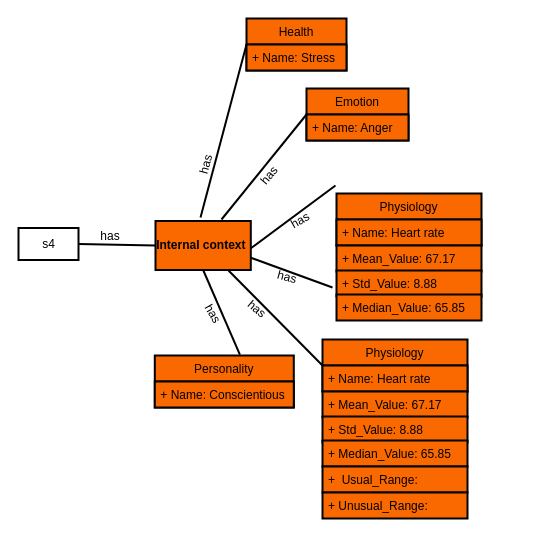
oluwande/zmPDSwR keeps this draw.io diagram as um_article.drawio. Above is the earlier version. Source tidied: cells renumbered, new cells numbered last; positions are measured from the earlier drawing's top-left corner, leaving out a move shared by most shapes. Both pictures are drawn from the tidied source at 100%, with x=0, y=0 at pixel (18, 18).
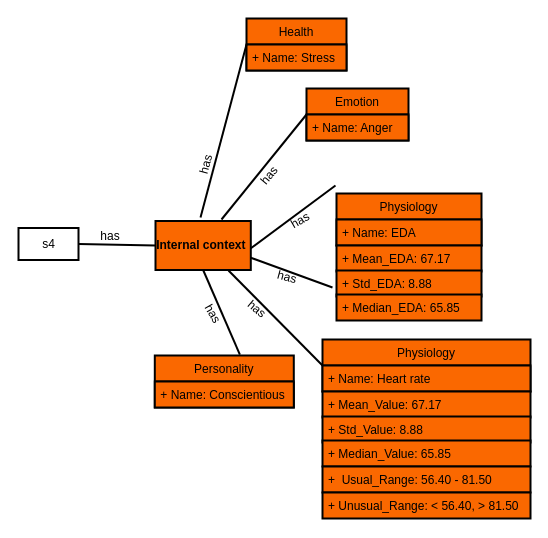
The same diagram, later.

The change refers to these unchanged cells:
```xml
<mxCell id="29" value="Physiology" style="swimlane;fontStyle=0;align=center;verticalAlign=top;horizontal=1;startSize=26;fillColor=#fa6800;strokeColor=#000000;strokeWidth=2;fontColor=#000000;fontSize=12;" parent="1" vertex="1">
  <mxGeometry x="318" y="175" width="145" height="52" as="geometry" />
</mxCell>
```

Change to the diagram source:
```diff
@@
-    <mxCell id="22" value="Physiology" style="swimlane;fontStyle=0;align=center;verticalAlign=top;horizontal=1;startSize=26;fillColor=#fa6800;strokeColor=#000000;strokeWidth=2;fontColor=#000000;fontSize=12;" parent="1" vertex="1">
-      <mxGeometry x="304" y="321" width="145" height="52" as="geometry" />
-    </mxCell>
-    <mxCell id="23" value="+ Name: Heart rate" style="text;strokeColor=#000000;fillColor=#fa6800;align=left;verticalAlign=top;spacingLeft=4;spacingRight=4;overflow=hidden;strokeWidth=2;fontColor=#000000;fontSize=12;" parent="22" vertex="1">
-      <mxGeometry y="26" width="145" height="26" as="geometry" />
-    </mxCell>
-    <mxCell id="24" value="+ Mean_Value: 67.17" style="text;strokeColor=#000000;fillColor=#fa6800;align=left;verticalAlign=top;spacingLeft=4;spacingRight=4;overflow=hidden;strokeWidth=2;fontColor=#000000;fontSize=12;" parent="1" vertex="1">
-      <mxGeometry x="304" y="373" width="145" height="26" as="geometry" />
-    </mxCell>
-    <mxCell id="25" value="+ Std_Value: 8.88" style="text;strokeColor=#000000;fillColor=#fa6800;align=left;verticalAlign=top;spacingLeft=4;spacingRight=4;overflow=hidden;strokeWidth=2;fontColor=#000000;fontSize=12;" parent="1" vertex="1">
-      <mxGeometry x="304" y="398" width="145" height="26" as="geometry" />
-    </mxCell>
-    <mxCell id="26" value="+ Median_Value: 65.85" style="text;strokeColor=#000000;fillColor=#fa6800;align=left;verticalAlign=top;spacingLeft=4;spacingRight=4;overflow=hidden;strokeWidth=2;fontColor=#000000;fontSize=12;" parent="1" vertex="1">
-      <mxGeometry x="304" y="422" width="145" height="26" as="geometry" />
-    </mxCell>
@@
-    <mxCell id="30" value="+ Name: Heart rate" style="text;strokeColor=#000000;fillColor=#fa6800;align=left;verticalAlign=top;spacingLeft=4;spacingRight=4;overflow=hidden;strokeWidth=2;fontColor=#000000;fontSize=12;" parent="29" vertex="1">
+    <mxCell id="30" value="+ Name: EDA" style="text;strokeColor=#000000;fillColor=#fa6800;align=left;verticalAlign=top;spacingLeft=4;spacingRight=4;overflow=hidden;strokeWidth=2;fontColor=#000000;fontSize=12;" parent="29" vertex="1">
       <mxGeometry y="26" width="145" height="26" as="geometry" />
     </mxCell>
-    <mxCell id="31" value="+ Mean_Value: 67.17" style="text;strokeColor=#000000;fillColor=#fa6800;align=left;verticalAlign=top;spacingLeft=4;spacingRight=4;overflow=hidden;strokeWidth=2;fontColor=#000000;fontSize=12;" parent="1" vertex="1">
+    <mxCell id="31" value="+ Mean_EDA: 67.17" style="text;strokeColor=#000000;fillColor=#fa6800;align=left;verticalAlign=top;spacingLeft=4;spacingRight=4;overflow=hidden;strokeWidth=2;fontColor=#000000;fontSize=12;" parent="1" vertex="1">
       <mxGeometry x="318" y="227" width="145" height="26" as="geometry" />
     </mxCell>
-    <mxCell id="32" value="+ Std_Value: 8.88" style="text;strokeColor=#000000;fillColor=#fa6800;align=left;verticalAlign=top;spacingLeft=4;spacingRight=4;overflow=hidden;strokeWidth=2;fontColor=#000000;fontSize=12;" parent="1" vertex="1">
+    <mxCell id="32" value="+ Std_EDA: 8.88" style="text;strokeColor=#000000;fillColor=#fa6800;align=left;verticalAlign=top;spacingLeft=4;spacingRight=4;overflow=hidden;strokeWidth=2;fontColor=#000000;fontSize=12;" parent="1" vertex="1">
       <mxGeometry x="318" y="252" width="145" height="26" as="geometry" />
     </mxCell>
-    <mxCell id="33" value="+ Median_Value: 65.85" style="text;strokeColor=#000000;fillColor=#fa6800;align=left;verticalAlign=top;spacingLeft=4;spacingRight=4;overflow=hidden;strokeWidth=2;fontColor=#000000;fontSize=12;" parent="1" vertex="1">
+    <mxCell id="33" value="+ Median_EDA: 65.85" style="text;strokeColor=#000000;fillColor=#fa6800;align=left;verticalAlign=top;spacingLeft=4;spacingRight=4;overflow=hidden;strokeWidth=2;fontColor=#000000;fontSize=12;" parent="1" vertex="1">
       <mxGeometry x="318" y="276" width="145" height="26" as="geometry" />
     </mxCell>
+    <mxCell id="36" style="group;" parent="1" vertex="1">
+      <mxGeometry x="304" y="321" width="208" height="179" as="geometry" />
+    </mxCell>
+    <mxCell id="22" value="Physiology" style="swimlane;fontStyle=0;align=center;verticalAlign=top;horizontal=1;startSize=26;fillColor=#fa6800;strokeColor=#000000;strokeWidth=2;fontColor=#000000;fontSize=12;" parent="36" vertex="1">
+      <mxGeometry width="208" height="52" as="geometry" />
+    </mxCell>
+    <mxCell id="23" value="+ Name: Heart rate" style="text;strokeColor=#000000;fillColor=#fa6800;align=left;verticalAlign=top;spacingLeft=4;spacingRight=4;overflow=hidden;strokeWidth=2;fontColor=#000000;fontSize=12;" parent="22" vertex="1">
+      <mxGeometry y="26" width="208" height="26" as="geometry" />
+    </mxCell>
+    <mxCell id="24" value="+ Mean_Value: 67.17" style="text;strokeColor=#000000;fillColor=#fa6800;align=left;verticalAlign=top;spacingLeft=4;spacingRight=4;overflow=hidden;strokeWidth=2;fontColor=#000000;fontSize=12;" parent="36" vertex="1">
+      <mxGeometry y="52" width="208" height="26" as="geometry" />
+    </mxCell>
+    <mxCell id="25" value="+ Std_Value: 8.88" style="text;strokeColor=#000000;fillColor=#fa6800;align=left;verticalAlign=top;spacingLeft=4;spacingRight=4;overflow=hidden;strokeWidth=2;fontColor=#000000;fontSize=12;" parent="36" vertex="1">
+      <mxGeometry y="77" width="208" height="26" as="geometry" />
+    </mxCell>
+    <mxCell id="26" value="+ Median_Value: 65.85" style="text;strokeColor=#000000;fillColor=#fa6800;align=left;verticalAlign=top;spacingLeft=4;spacingRight=4;overflow=hidden;strokeWidth=2;fontColor=#000000;fontSize=12;" parent="36" vertex="1">
+      <mxGeometry y="101" width="208" height="26" as="geometry" />
+    </mxCell>
-    <mxCell id="34" value="+  Usual_Range:" style="text;strokeColor=#000000;fillColor=#fa6800;align=left;verticalAlign=top;spacingLeft=4;spacingRight=4;overflow=hidden;strokeWidth=2;fontColor=#000000;fontSize=12;" parent="1" vertex="1">
-      <mxGeometry x="304" y="448" width="145" height="26" as="geometry" />
+    <mxCell id="34" value="+  Usual_Range: 56.40 - 81.50" style="text;strokeColor=#000000;fillColor=#fa6800;align=left;verticalAlign=top;spacingLeft=4;spacingRight=4;overflow=hidden;strokeWidth=2;fontColor=#000000;fontSize=12;" parent="36" vertex="1">
+      <mxGeometry y="127" width="208" height="26" as="geometry" />
     </mxCell>
-    <mxCell id="35" value="+ Unusual_Range:" style="text;strokeColor=#000000;fillColor=#fa6800;align=left;verticalAlign=top;spacingLeft=4;spacingRight=4;overflow=hidden;strokeWidth=2;fontColor=#000000;fontSize=12;" parent="1" vertex="1">
-      <mxGeometry x="304" y="474" width="145" height="26" as="geometry" />
+    <mxCell id="35" value="+ Unusual_Range: &lt; 56.40, &gt; 81.50" style="text;strokeColor=#000000;fillColor=#fa6800;align=left;verticalAlign=top;spacingLeft=4;spacingRight=4;overflow=hidden;strokeWidth=2;fontColor=#000000;fontSize=12;" parent="36" vertex="1">
+      <mxGeometry y="153" width="208" height="26" as="geometry" />
     </mxCell>
```
